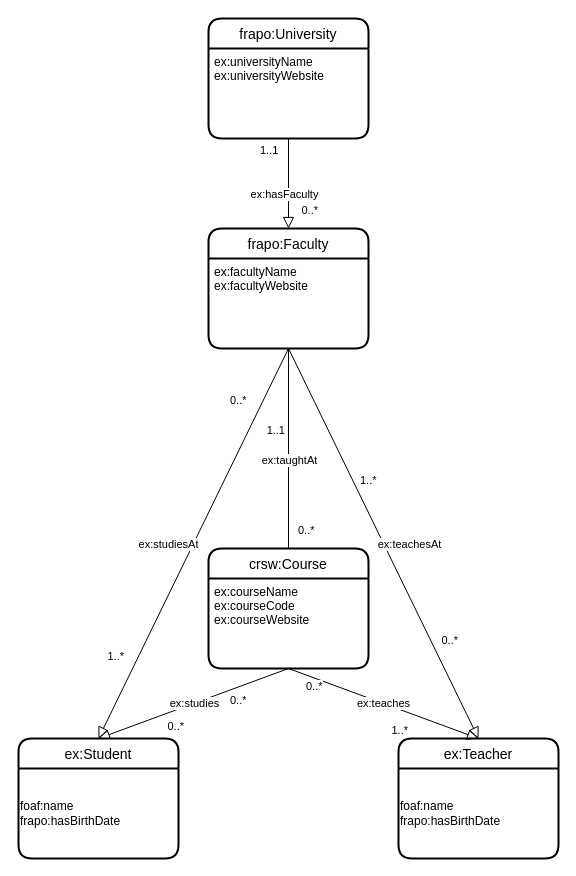
This is 3/model/model.drawio from qpwedev/data-formats, a draw.io file, before an edit. Source tidied: cells renumbered, new cells numbered last; positions are measured from the earlier drawing's top-left corner, leaving out a move shared by most shapes. Both pictures are drawn from the tidied source at 100%, with x=0, y=0 at pixel (18, 18).
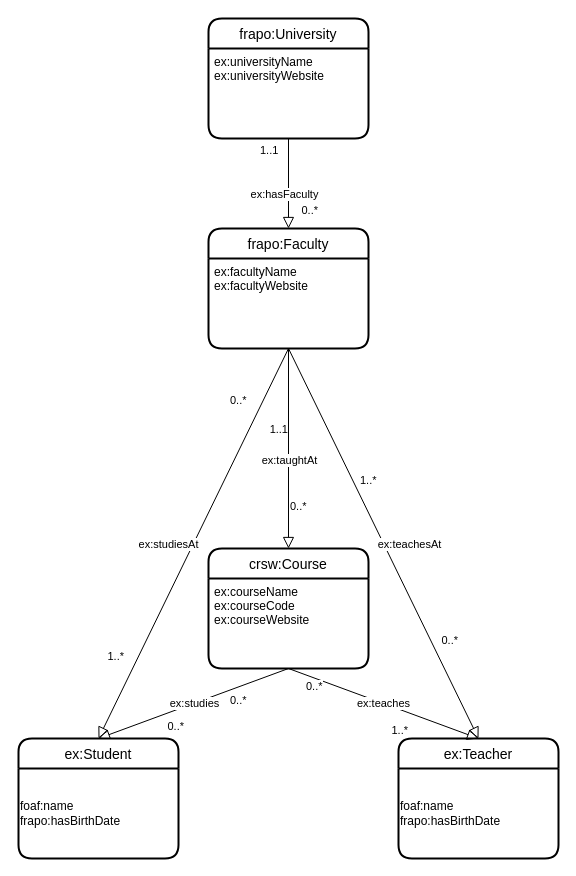
After the change.

Unchanged cells that the change refers to:
```xml
<mxCell id="6" value="crsw:Course" style="swimlane;horizontal=1;startSize=30;rounded=1;fontSize=14;fontStyle=0;strokeWidth=2;shadow=0;dashed=0;align=center;" parent="1" vertex="1">
  <mxGeometry x="190" y="530" width="160" height="120" as="geometry" />
</mxCell>
<mxCell id="9" value="ex:facultyName&#10;ex:facultyWebsite" style="align=left;strokeColor=none;fillColor=none;spacingLeft=4;fontSize=12;verticalAlign=top;" parent="8" vertex="1">
  <mxGeometry y="30" width="160" height="90" as="geometry" />
</mxCell>
```

Change to the diagram source:
```diff
@@
-    <mxCell id="32" style="endArrow=none;html=1;rounded=0;exitX=0.5;exitY=0;exitDx=0;exitDy=0;entryX=0.5;entryY=1;entryDx=0;entryDy=0;" parent="1" edge="1" source="6" target="9">
+    <mxCell id="32" style="endArrow=block;html=1;rounded=0;endFill=0;strokeWidth=1;endSize=9;entryX=0.5;entryY=0;entryDx=0;entryDy=0;exitX=0.5;exitY=1;exitDx=0;exitDy=0;" parent="1" edge="1" source="9" target="6">
       <mxGeometry relative="1" as="geometry" />
     </mxCell>
@@
     <mxCell id="34" value="0..*" style="edgeLabel;html=1;align=left;verticalAlign=bottom;" parent="32" vertex="1">
       <mxGeometry x="-1" relative="1" as="geometry">
-        <mxPoint x="8" y="-10" as="offset" />
+        <mxPoint y="166" as="offset" />
       </mxGeometry>
     </mxCell>
     <mxCell id="35" value="&lt;span style=&quot;text-align: left;&quot;&gt;1..1&lt;/span&gt;" style="edgeLabel;html=1;align=right;verticalAlign=bottom;" parent="32" vertex="1">
       <mxGeometry x="1" relative="1" as="geometry">
-        <mxPoint x="-3" y="90" as="offset" />
+        <mxPoint y="-111" as="offset" />
       </mxGeometry>
     </mxCell>
```
